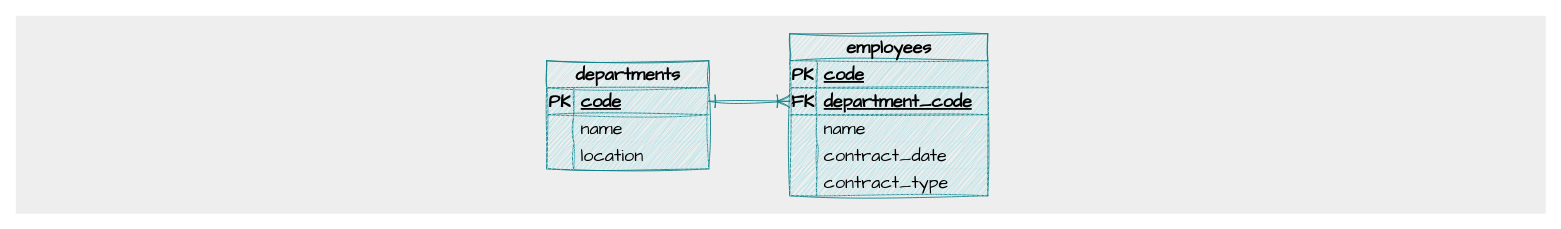
Earlier version of the draw.io diagram page "Database Diagram" (2 of 3) of docs/diagrams.drawio (miguel-armas-abt/demo-java-7). Source tidied: cells renumbered, new cells numbered last; positions are measured from the earlier drawing's top-left corner, leaving out a move shared by most shapes. Both pictures are drawn from the tidied source at 90%, with x=0, y=0 at pixel (15, 15).
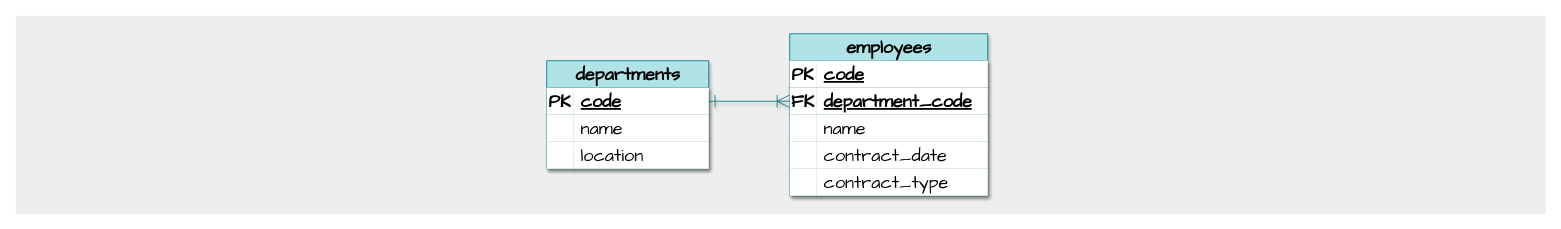
The same diagram, later.

Change to the diagram source:
```diff
@@
-    <mxCell id="3" value="departments" style="shape=table;startSize=30;childLayout=tableLayout;rowLines=0;fontStyle=1;align=center;html=1;sketch=1;hachureGap=4;jiggle=2;curveFitting=1;fontFamily=Architects Daughter;fontSize=20;fillColor=#b0e3e6;strokeColor=#0e8088;" parent="1" vertex="1">
+    <mxCell id="3" value="departments" style="shape=table;startSize=30;childLayout=tableLayout;rowLines=0;fontStyle=1;align=center;html=1;hachureGap=4;fontFamily=Architects Daughter;fontSize=20;fillColor=#b0e3e6;strokeColor=#0e8088;shadow=1;" parent="1" vertex="1">
       <mxGeometry x="590" y="50" width="180" height="120" as="geometry" />
     </mxCell>
-    <mxCell id="4" style="shape=tableRow;horizontal=0;startSize=0;swimlaneHead=0;swimlaneBody=0;fillColor=#b0e3e6;points=[[0,0.5],[1,0.5]];portConstraint=eastwest;top=0;left=0;right=0;bottom=1;sketch=1;hachureGap=4;jiggle=2;curveFitting=1;fontFamily=Architects Daughter;fontSize=20;strokeColor=#0e8088;" parent="3" vertex="1">
+    <mxCell id="4" style="shape=tableRow;horizontal=0;startSize=0;swimlaneHead=0;swimlaneBody=0;fillColor=#b0e3e6;points=[[0,0.5],[1,0.5]];portConstraint=eastwest;top=0;left=0;right=0;bottom=1;hachureGap=4;fontFamily=Architects Daughter;fontSize=20;strokeColor=#0e8088;shadow=1;" parent="3" vertex="1">
       <mxGeometry y="30" width="180" height="30" as="geometry" />
     </mxCell>
-    <mxCell id="5" value="PK" style="shape=partialRectangle;fillColor=#b0e3e6;top=0;left=0;bottom=0;right=0;fontStyle=1;overflow=hidden;whiteSpace=wrap;html=1;sketch=1;hachureGap=4;jiggle=2;curveFitting=1;fontFamily=Architects Daughter;fontSize=20;strokeColor=#0e8088;" parent="4" vertex="1">
+    <mxCell id="5" value="PK" style="shape=partialRectangle;top=0;left=0;bottom=0;right=0;fontStyle=1;overflow=hidden;whiteSpace=wrap;html=1;hachureGap=4;fontFamily=Architects Daughter;fontSize=20;shadow=1;strokeColor=inherit;" parent="4" vertex="1">
       <mxGeometry width="30" height="30" as="geometry" />
     </mxCell>
-    <mxCell id="6" value="code" style="shape=partialRectangle;fillColor=#b0e3e6;top=0;left=0;bottom=0;right=0;align=left;spacingLeft=6;fontStyle=5;overflow=hidden;whiteSpace=wrap;html=1;sketch=1;hachureGap=4;jiggle=2;curveFitting=1;fontFamily=Architects Daughter;fontSize=20;strokeColor=#0e8088;" parent="4" vertex="1">
+    <mxCell id="6" value="code" style="shape=partialRectangle;top=0;left=0;bottom=0;right=0;align=left;spacingLeft=6;fontStyle=5;overflow=hidden;whiteSpace=wrap;html=1;hachureGap=4;fontFamily=Architects Daughter;fontSize=20;shadow=1;strokeColor=inherit;" parent="4" vertex="1">
       <mxGeometry x="30" width="150" height="30" as="geometry" />
     </mxCell>
-    <mxCell id="7" style="shape=tableRow;horizontal=0;startSize=0;swimlaneHead=0;swimlaneBody=0;fillColor=#b0e3e6;top=0;left=0;right=0;bottom=0;sketch=1;hachureGap=4;jiggle=2;curveFitting=1;fontFamily=Architects Daughter;fontSize=20;strokeColor=#0e8088;" parent="3" vertex="1">
+    <mxCell id="7" style="shape=tableRow;horizontal=0;startSize=0;swimlaneHead=0;swimlaneBody=0;fillColor=#b0e3e6;top=0;left=0;right=0;bottom=0;hachureGap=4;fontFamily=Architects Daughter;fontSize=20;strokeColor=#0e8088;shadow=1;" parent="3" vertex="1">
       <mxGeometry y="60" width="180" height="30" as="geometry" />
     </mxCell>
-    <mxCell id="8" style="shape=partialRectangle;fillColor=#b0e3e6;top=0;left=0;bottom=0;right=0;overflow=hidden;whiteSpace=wrap;html=1;sketch=1;hachureGap=4;jiggle=2;curveFitting=1;fontFamily=Architects Daughter;fontSize=20;strokeColor=#0e8088;" parent="7" vertex="1">
+    <mxCell id="8" style="shape=partialRectangle;top=0;left=0;bottom=0;right=0;overflow=hidden;whiteSpace=wrap;html=1;hachureGap=4;fontFamily=Architects Daughter;fontSize=20;shadow=1;strokeColor=inherit;" parent="7" vertex="1">
       <mxGeometry width="30" height="30" as="geometry" />
     </mxCell>
-    <mxCell id="9" value="name" style="shape=partialRectangle;fillColor=#b0e3e6;top=0;left=0;bottom=0;right=0;align=left;spacingLeft=6;overflow=hidden;whiteSpace=wrap;html=1;sketch=1;hachureGap=4;jiggle=2;curveFitting=1;fontFamily=Architects Daughter;fontSize=20;strokeColor=#0e8088;" parent="7" vertex="1">
+    <mxCell id="9" value="name" style="shape=partialRectangle;top=0;left=0;bottom=0;right=0;align=left;spacingLeft=6;overflow=hidden;whiteSpace=wrap;html=1;hachureGap=4;fontFamily=Architects Daughter;fontSize=20;shadow=1;strokeColor=inherit;" parent="7" vertex="1">
       <mxGeometry x="30" width="150" height="30" as="geometry" />
     </mxCell>
-    <mxCell id="10" style="shape=tableRow;horizontal=0;startSize=0;swimlaneHead=0;swimlaneBody=0;fillColor=#b0e3e6;top=0;left=0;right=0;bottom=0;sketch=1;hachureGap=4;jiggle=2;curveFitting=1;fontFamily=Architects Daughter;fontSize=20;strokeColor=#0e8088;" parent="3" vertex="1">
+    <mxCell id="10" style="shape=tableRow;horizontal=0;startSize=0;swimlaneHead=0;swimlaneBody=0;fillColor=#b0e3e6;top=0;left=0;right=0;bottom=0;hachureGap=4;fontFamily=Architects Daughter;fontSize=20;strokeColor=#0e8088;shadow=1;" parent="3" vertex="1">
       <mxGeometry y="90" width="180" height="30" as="geometry" />
     </mxCell>
-    <mxCell id="11" style="shape=partialRectangle;fillColor=#b0e3e6;top=0;left=0;bottom=0;right=0;overflow=hidden;whiteSpace=wrap;html=1;sketch=1;hachureGap=4;jiggle=2;curveFitting=1;fontFamily=Architects Daughter;fontSize=20;strokeColor=#0e8088;" parent="10" vertex="1">
+    <mxCell id="11" style="shape=partialRectangle;top=0;left=0;bottom=0;right=0;overflow=hidden;whiteSpace=wrap;html=1;hachureGap=4;fontFamily=Architects Daughter;fontSize=20;shadow=1;strokeColor=inherit;" parent="10" vertex="1">
       <mxGeometry width="30" height="30" as="geometry" />
     </mxCell>
-    <mxCell id="12" value="location" style="shape=partialRectangle;fillColor=#b0e3e6;top=0;left=0;bottom=0;right=0;align=left;spacingLeft=6;overflow=hidden;whiteSpace=wrap;html=1;sketch=1;hachureGap=4;jiggle=2;curveFitting=1;fontFamily=Architects Daughter;fontSize=20;strokeColor=#0e8088;" parent="10" vertex="1">
+    <mxCell id="12" value="location" style="shape=partialRectangle;top=0;left=0;bottom=0;right=0;align=left;spacingLeft=6;overflow=hidden;whiteSpace=wrap;html=1;hachureGap=4;fontFamily=Architects Daughter;fontSize=20;shadow=1;strokeColor=inherit;" parent="10" vertex="1">
       <mxGeometry x="30" width="150" height="30" as="geometry" />
     </mxCell>
-    <mxCell id="13" value="employees" style="shape=table;startSize=30;childLayout=tableLayout;rowLines=0;fontStyle=1;align=center;html=1;sketch=1;hachureGap=4;jiggle=2;curveFitting=1;fontFamily=Architects Daughter;fontSize=20;fillColor=#b0e3e6;strokeColor=#0e8088;" parent="1" vertex="1">
+    <mxCell id="13" value="employees" style="shape=table;startSize=30;childLayout=tableLayout;rowLines=0;fontStyle=1;align=center;html=1;hachureGap=4;fontFamily=Architects Daughter;fontSize=20;fillColor=#b0e3e6;strokeColor=#0e8088;shadow=1;" parent="1" vertex="1">
       <mxGeometry x="860" y="20" width="220" height="180" as="geometry" />
     </mxCell>
-    <mxCell id="14" style="shape=tableRow;horizontal=0;startSize=0;swimlaneHead=0;swimlaneBody=0;fillColor=#b0e3e6;top=0;left=0;right=0;bottom=1;sketch=1;hachureGap=4;jiggle=2;curveFitting=1;fontFamily=Architects Daughter;fontSize=20;strokeColor=#0e8088;" parent="13" vertex="1">
+    <mxCell id="14" style="shape=tableRow;horizontal=0;startSize=0;swimlaneHead=0;swimlaneBody=0;top=0;left=0;right=0;bottom=1;hachureGap=4;fontFamily=Architects Daughter;fontSize=20;shadow=1;" parent="13" vertex="1">
       <mxGeometry y="30" width="220" height="30" as="geometry" />
     </mxCell>
-    <mxCell id="15" value="PK" style="shape=partialRectangle;fillColor=#b0e3e6;top=0;left=0;bottom=0;right=0;fontStyle=1;overflow=hidden;whiteSpace=wrap;html=1;sketch=1;hachureGap=4;jiggle=2;curveFitting=1;fontFamily=Architects Daughter;fontSize=20;strokeColor=#0e8088;" parent="14" vertex="1">
+    <mxCell id="15" value="PK" style="shape=partialRectangle;top=0;left=0;bottom=0;right=0;fontStyle=1;overflow=hidden;whiteSpace=wrap;html=1;hachureGap=4;fontFamily=Architects Daughter;fontSize=20;shadow=1;strokeColor=inherit;" parent="14" vertex="1">
       <mxGeometry width="30" height="30" as="geometry" />
     </mxCell>
-    <mxCell id="16" value="code" style="shape=partialRectangle;fillColor=#b0e3e6;top=0;left=0;bottom=0;right=0;align=left;spacingLeft=6;fontStyle=5;overflow=hidden;whiteSpace=wrap;html=1;sketch=1;hachureGap=4;jiggle=2;curveFitting=1;fontFamily=Architects Daughter;fontSize=20;strokeColor=#0e8088;" parent="14" vertex="1">
+    <mxCell id="16" value="code" style="shape=partialRectangle;top=0;left=0;bottom=0;right=0;align=left;spacingLeft=6;fontStyle=5;overflow=hidden;whiteSpace=wrap;html=1;hachureGap=4;fontFamily=Architects Daughter;fontSize=20;shadow=1;strokeColor=inherit;" parent="14" vertex="1">
       <mxGeometry x="30" width="190" height="30" as="geometry" />
     </mxCell>
-    <mxCell id="17" style="shape=tableRow;horizontal=0;startSize=0;swimlaneHead=0;swimlaneBody=0;fillColor=#b0e3e6;points=[[0,0.5],[1,0.5]];portConstraint=eastwest;top=0;left=0;right=0;bottom=1;sketch=1;hachureGap=4;jiggle=2;curveFitting=1;fontFamily=Architects Daughter;fontSize=20;strokeColor=#0e8088;" parent="13" vertex="1">
+    <mxCell id="17" style="shape=tableRow;horizontal=0;startSize=0;swimlaneHead=0;swimlaneBody=0;fillColor=#b0e3e6;points=[[0,0.5],[1,0.5]];portConstraint=eastwest;top=0;left=0;right=0;bottom=1;hachureGap=4;fontFamily=Architects Daughter;fontSize=20;strokeColor=#0e8088;shadow=1;" parent="13" vertex="1">
       <mxGeometry y="60" width="220" height="30" as="geometry" />
     </mxCell>
-    <mxCell id="18" value="FK" style="shape=partialRectangle;fillColor=#b0e3e6;top=0;left=0;bottom=0;right=0;fontStyle=1;overflow=hidden;whiteSpace=wrap;html=1;sketch=1;hachureGap=4;jiggle=2;curveFitting=1;fontFamily=Architects Daughter;fontSize=20;strokeColor=#0e8088;" parent="17" vertex="1">
+    <mxCell id="18" value="FK" style="shape=partialRectangle;top=0;left=0;bottom=0;right=0;fontStyle=1;overflow=hidden;whiteSpace=wrap;html=1;hachureGap=4;fontFamily=Architects Daughter;fontSize=20;shadow=1;strokeColor=inherit;" parent="17" vertex="1">
       <mxGeometry width="30" height="30" as="geometry" />
     </mxCell>
-    <mxCell id="19" value="department_code" style="shape=partialRectangle;fillColor=#b0e3e6;top=0;left=0;bottom=0;right=0;align=left;spacingLeft=6;fontStyle=5;overflow=hidden;whiteSpace=wrap;html=1;sketch=1;hachureGap=4;jiggle=2;curveFitting=1;fontFamily=Architects Daughter;fontSize=20;strokeColor=#0e8088;" parent="17" vertex="1">
+    <mxCell id="19" value="department_code" style="shape=partialRectangle;top=0;left=0;bottom=0;right=0;align=left;spacingLeft=6;fontStyle=5;overflow=hidden;whiteSpace=wrap;html=1;hachureGap=4;fontFamily=Architects Daughter;fontSize=20;shadow=1;strokeColor=inherit;" parent="17" vertex="1">
       <mxGeometry x="30" width="190" height="30" as="geometry" />
     </mxCell>
-    <mxCell id="20" style="shape=tableRow;horizontal=0;startSize=0;swimlaneHead=0;swimlaneBody=0;fillColor=#b0e3e6;top=0;left=0;right=0;bottom=0;sketch=1;hachureGap=4;jiggle=2;curveFitting=1;fontFamily=Architects Daughter;fontSize=20;strokeColor=#0e8088;" parent="13" vertex="1">
+    <mxCell id="20" style="shape=tableRow;horizontal=0;startSize=0;swimlaneHead=0;swimlaneBody=0;fillColor=#b0e3e6;top=0;left=0;right=0;bottom=0;hachureGap=4;fontFamily=Architects Daughter;fontSize=20;strokeColor=#0e8088;shadow=1;" parent="13" vertex="1">
       <mxGeometry y="90" width="220" height="30" as="geometry" />
     </mxCell>
-    <mxCell id="21" style="shape=partialRectangle;fillColor=#b0e3e6;top=0;left=0;bottom=0;right=0;overflow=hidden;whiteSpace=wrap;html=1;sketch=1;hachureGap=4;jiggle=2;curveFitting=1;fontFamily=Architects Daughter;fontSize=20;strokeColor=#0e8088;" parent="20" vertex="1">
+    <mxCell id="21" style="shape=partialRectangle;top=0;left=0;bottom=0;right=0;overflow=hidden;whiteSpace=wrap;html=1;hachureGap=4;fontFamily=Architects Daughter;fontSize=20;shadow=1;strokeColor=inherit;" parent="20" vertex="1">
       <mxGeometry width="30" height="30" as="geometry" />
     </mxCell>
-    <mxCell id="22" value="name" style="shape=partialRectangle;fillColor=#b0e3e6;top=0;left=0;bottom=0;right=0;align=left;spacingLeft=6;overflow=hidden;whiteSpace=wrap;html=1;sketch=1;hachureGap=4;jiggle=2;curveFitting=1;fontFamily=Architects Daughter;fontSize=20;strokeColor=#0e8088;" parent="20" vertex="1">
+    <mxCell id="22" value="name" style="shape=partialRectangle;top=0;left=0;bottom=0;right=0;align=left;spacingLeft=6;overflow=hidden;whiteSpace=wrap;html=1;hachureGap=4;fontFamily=Architects Daughter;fontSize=20;shadow=1;strokeColor=inherit;" parent="20" vertex="1">
       <mxGeometry x="30" width="190" height="30" as="geometry" />
     </mxCell>
-    <mxCell id="23" style="shape=tableRow;horizontal=0;startSize=0;swimlaneHead=0;swimlaneBody=0;fillColor=#b0e3e6;top=0;left=0;right=0;bottom=0;sketch=1;hachureGap=4;jiggle=2;curveFitting=1;fontFamily=Architects Daughter;fontSize=20;strokeColor=#0e8088;" parent="13" vertex="1">
+    <mxCell id="23" style="shape=tableRow;horizontal=0;startSize=0;swimlaneHead=0;swimlaneBody=0;fillColor=#b0e3e6;top=0;left=0;right=0;bottom=0;hachureGap=4;fontFamily=Architects Daughter;fontSize=20;strokeColor=#0e8088;shadow=1;" parent="13" vertex="1">
       <mxGeometry y="120" width="220" height="30" as="geometry" />
     </mxCell>
-    <mxCell id="24" style="shape=partialRectangle;fillColor=#b0e3e6;top=0;left=0;bottom=0;right=0;overflow=hidden;whiteSpace=wrap;html=1;sketch=1;hachureGap=4;jiggle=2;curveFitting=1;fontFamily=Architects Daughter;fontSize=20;strokeColor=#0e8088;" parent="23" vertex="1">
+    <mxCell id="24" style="shape=partialRectangle;top=0;left=0;bottom=0;right=0;overflow=hidden;whiteSpace=wrap;html=1;hachureGap=4;fontFamily=Architects Daughter;fontSize=20;shadow=1;strokeColor=inherit;" parent="23" vertex="1">
       <mxGeometry width="30" height="30" as="geometry" />
     </mxCell>
-    <mxCell id="25" value="contract_date" style="shape=partialRectangle;fillColor=#b0e3e6;top=0;left=0;bottom=0;right=0;align=left;spacingLeft=6;overflow=hidden;whiteSpace=wrap;html=1;sketch=1;hachureGap=4;jiggle=2;curveFitting=1;fontFamily=Architects Daughter;fontSize=20;strokeColor=#0e8088;" parent="23" vertex="1">
+    <mxCell id="25" value="contract_date" style="shape=partialRectangle;top=0;left=0;bottom=0;right=0;align=left;spacingLeft=6;overflow=hidden;whiteSpace=wrap;html=1;hachureGap=4;fontFamily=Architects Daughter;fontSize=20;shadow=1;strokeColor=inherit;" parent="23" vertex="1">
       <mxGeometry x="30" width="190" height="30" as="geometry" />
     </mxCell>
-    <mxCell id="26" style="shape=tableRow;horizontal=0;startSize=0;swimlaneHead=0;swimlaneBody=0;fillColor=#b0e3e6;top=0;left=0;right=0;bottom=0;sketch=1;hachureGap=4;jiggle=2;curveFitting=1;fontFamily=Architects Daughter;fontSize=20;strokeColor=#0e8088;" parent="13" vertex="1">
+    <mxCell id="26" style="shape=tableRow;horizontal=0;startSize=0;swimlaneHead=0;swimlaneBody=0;fillColor=#b0e3e6;top=0;left=0;right=0;bottom=0;hachureGap=4;fontFamily=Architects Daughter;fontSize=20;strokeColor=#0e8088;shadow=1;" parent="13" vertex="1">
       <mxGeometry y="150" width="220" height="30" as="geometry" />
     </mxCell>
-    <mxCell id="27" style="shape=partialRectangle;fillColor=#b0e3e6;top=0;left=0;bottom=0;right=0;overflow=hidden;whiteSpace=wrap;html=1;sketch=1;hachureGap=4;jiggle=2;curveFitting=1;fontFamily=Architects Daughter;fontSize=20;strokeColor=#0e8088;" parent="26" vertex="1">
+    <mxCell id="27" style="shape=partialRectangle;top=0;left=0;bottom=0;right=0;overflow=hidden;whiteSpace=wrap;html=1;hachureGap=4;fontFamily=Architects Daughter;fontSize=20;shadow=1;strokeColor=inherit;" parent="26" vertex="1">
       <mxGeometry width="30" height="30" as="geometry" />
     </mxCell>
-    <mxCell id="28" value="contract_type" style="shape=partialRectangle;fillColor=#b0e3e6;top=0;left=0;bottom=0;right=0;align=left;spacingLeft=6;overflow=hidden;whiteSpace=wrap;html=1;sketch=1;hachureGap=4;jiggle=2;curveFitting=1;fontFamily=Architects Daughter;fontSize=20;strokeColor=#0e8088;" parent="26" vertex="1">
+    <mxCell id="28" value="contract_type" style="shape=partialRectangle;top=0;left=0;bottom=0;right=0;align=left;spacingLeft=6;overflow=hidden;whiteSpace=wrap;html=1;hachureGap=4;fontFamily=Architects Daughter;fontSize=20;shadow=1;strokeColor=inherit;" parent="26" vertex="1">
       <mxGeometry x="30" width="190" height="30" as="geometry" />
     </mxCell>
-    <mxCell id="29" style="edgeStyle=orthogonalEdgeStyle;rounded=0;sketch=1;hachureGap=4;jiggle=2;curveFitting=1;jettySize=auto;html=1;entryX=0;entryY=0.5;entryDx=0;entryDy=0;fontFamily=Architects Daughter;fontSize=16;endArrow=ERoneToMany;endFill=0;startArrow=ERone;startFill=0;endSize=12;startSize=12;fillColor=#b0e3e6;strokeColor=#0e8088;" parent="1" edge="1" source="4" target="17">
+    <mxCell id="29" style="edgeStyle=orthogonalEdgeStyle;rounded=0;hachureGap=4;jettySize=auto;html=1;entryX=0;entryY=0.5;entryDx=0;entryDy=0;fontFamily=Architects Daughter;fontSize=16;endArrow=ERoneToMany;endFill=0;startArrow=ERone;startFill=0;endSize=12;startSize=12;fillColor=#b0e3e6;strokeColor=#0e8088;shadow=1;" parent="1" edge="1" source="4" target="17">
       <mxGeometry relative="1" as="geometry" />
     </mxCell>
```
